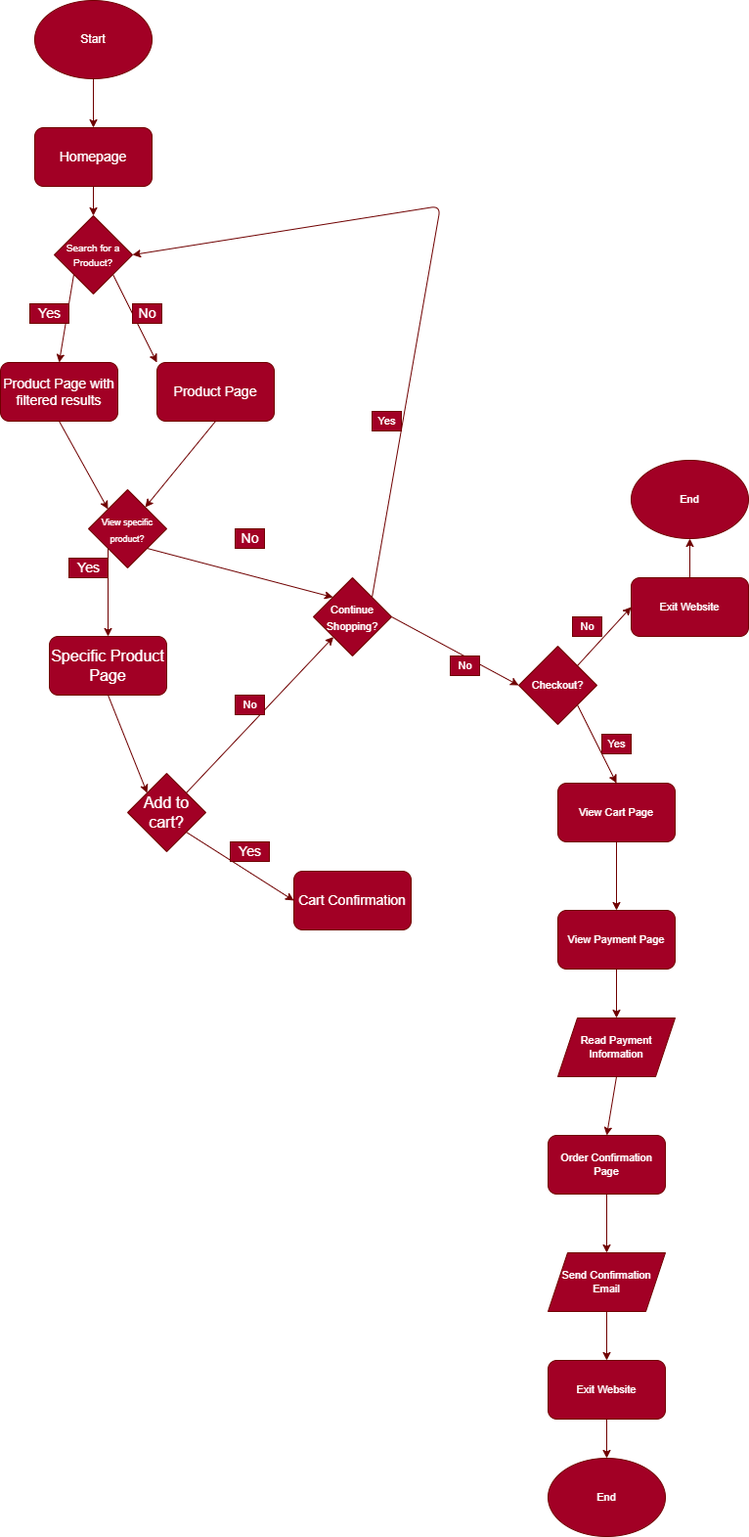
Earlier version of the draw.io export explore/diagramming/diagram.drawio.png (mchera24/fa22-cse110-lab4). Source tidied: cells renumbered, new cells last; positions are measured from the earlier drawing's top-left corner, leaving out a move shared by most shapes.
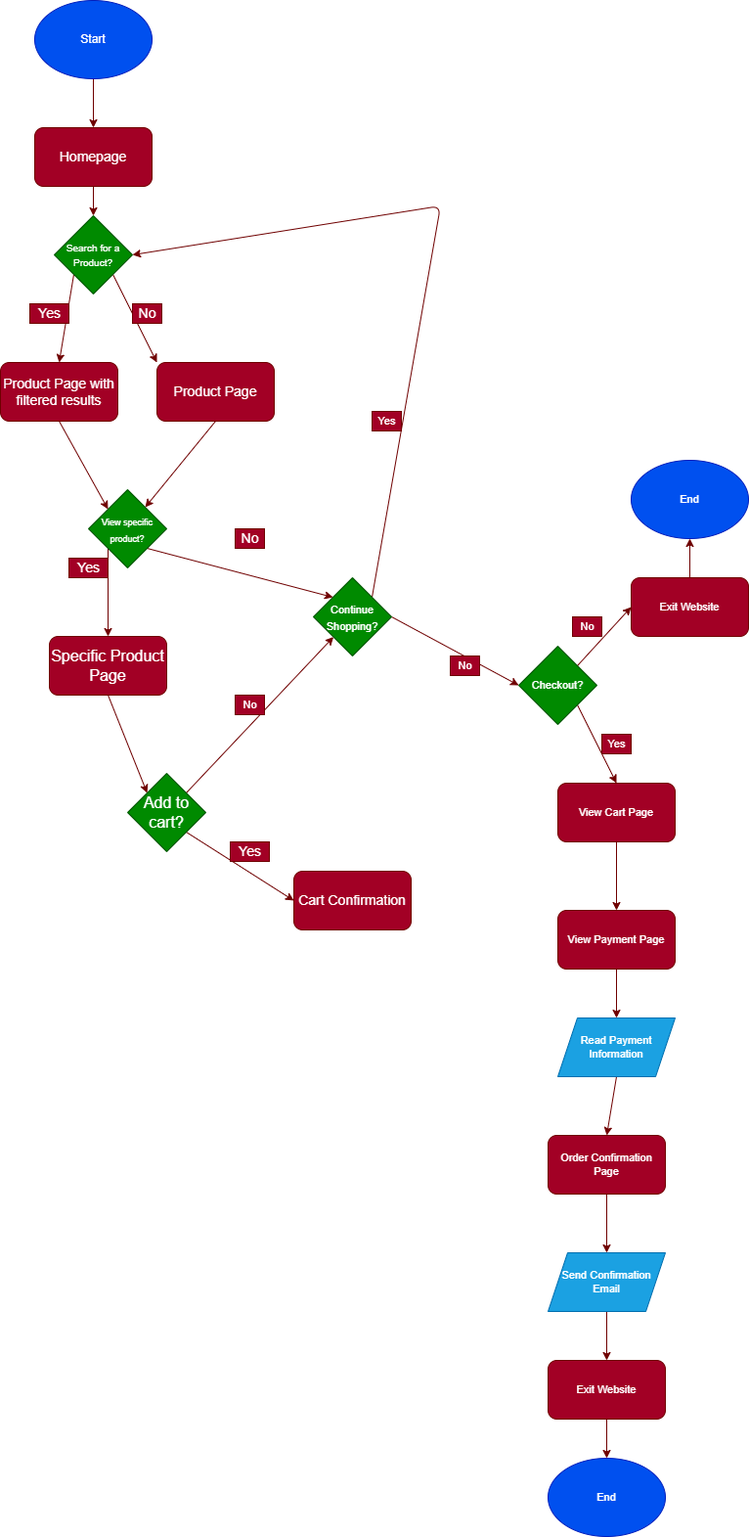
The same file after the commit.

Commit message:
expose and explore finished

The edit, as a diff of the source:
```diff
@@ -5,7 +5,7 @@
     <mxCell id="2" style="edgeStyle=none;html=1;exitX=0.5;exitY=1;exitDx=0;exitDy=0;entryX=0.5;entryY=0;entryDx=0;entryDy=0;fontSize=14;fillColor=#a20025;strokeColor=#6F0000;" parent="1" edge="1" source="3" target="8">
       <mxGeometry relative="1" as="geometry" />
     </mxCell>
-    <mxCell id="3" value="Start" style="ellipse;whiteSpace=wrap;html=1;fillColor=#a20025;fontColor=#ffffff;strokeColor=#6F0000;" parent="1" vertex="1">
+    <mxCell id="3" value="Start" style="ellipse;whiteSpace=wrap;html=1;fillColor=#0050ef;fontColor=#ffffff;strokeColor=#001DBC;" parent="1" vertex="1">
       <mxGeometry x="35" width="120" height="80" as="geometry" />
     </mxCell>
     <mxCell id="4" style="edgeStyle=none;html=1;exitX=1;exitY=1;exitDx=0;exitDy=0;entryX=0;entryY=0;entryDx=0;entryDy=0;fontSize=14;fillColor=#a20025;strokeColor=#6F0000;" parent="1" edge="1" source="6" target="13">
@@ -14,7 +14,7 @@
     <mxCell id="5" style="edgeStyle=none;html=1;exitX=0;exitY=1;exitDx=0;exitDy=0;entryX=0.5;entryY=0;entryDx=0;entryDy=0;fontSize=11;fillColor=#a20025;strokeColor=#6F0000;" parent="1" edge="1" source="6" target="10">
       <mxGeometry relative="1" as="geometry" />
     </mxCell>
-    <mxCell id="6" value="&lt;font style=&quot;font-size: 10px&quot;&gt;Search for a Product?&lt;/font&gt;" style="rhombus;whiteSpace=wrap;html=1;fillColor=#a20025;fontColor=#ffffff;strokeColor=#6F0000;" parent="1" vertex="1">
+    <mxCell id="6" value="&lt;font style=&quot;font-size: 10px&quot;&gt;Search for a Product?&lt;/font&gt;" style="rhombus;whiteSpace=wrap;html=1;fillColor=#008a00;fontColor=#ffffff;strokeColor=#005700;" parent="1" vertex="1">
       <mxGeometry x="55" y="220" width="80" height="80" as="geometry" />
     </mxCell>
     <mxCell id="7" style="edgeStyle=none;html=1;exitX=0.5;exitY=1;exitDx=0;exitDy=0;entryX=0.5;entryY=0;entryDx=0;entryDy=0;fontSize=11;fillColor=#a20025;strokeColor=#6F0000;" parent="1" edge="1" source="8" target="6">
@@ -47,7 +47,7 @@
     <mxCell id="16" style="edgeStyle=none;html=1;exitX=1;exitY=1;exitDx=0;exitDy=0;entryX=0;entryY=0;entryDx=0;entryDy=0;fontSize=11;fillColor=#a20025;strokeColor=#6F0000;" parent="1" edge="1" source="17" target="29">
       <mxGeometry relative="1" as="geometry" />
     </mxCell>
-    <mxCell id="17" value="&lt;font style=&quot;font-size: 9px&quot;&gt;View specific product?&lt;/font&gt;" style="rhombus;whiteSpace=wrap;html=1;fontSize=14;fillColor=#a20025;fontColor=#ffffff;strokeColor=#6F0000;" parent="1" vertex="1">
+    <mxCell id="17" value="&lt;font style=&quot;font-size: 9px&quot;&gt;View specific product?&lt;/font&gt;" style="rhombus;whiteSpace=wrap;html=1;fontSize=14;fillColor=#008a00;fontColor=#ffffff;strokeColor=#005700;" parent="1" vertex="1">
       <mxGeometry x="90" y="500" width="80" height="80" as="geometry" />
     </mxCell>
     <mxCell id="18" style="edgeStyle=none;html=1;exitX=0.5;exitY=1;exitDx=0;exitDy=0;entryX=0;entryY=0;entryDx=0;entryDy=0;fontSize=14;fillColor=#a20025;strokeColor=#6F0000;" parent="1" edge="1" source="19" target="23">
@@ -65,7 +65,7 @@
     <mxCell id="22" style="edgeStyle=none;html=1;exitX=1;exitY=1;exitDx=0;exitDy=0;entryX=0;entryY=0.5;entryDx=0;entryDy=0;fontSize=11;fillColor=#a20025;strokeColor=#6F0000;" parent="1" edge="1" source="23" target="26">
       <mxGeometry relative="1" as="geometry" />
     </mxCell>
-    <mxCell id="23" value="&lt;font size=&quot;3&quot;&gt;Add to cart?&lt;/font&gt;" style="rhombus;whiteSpace=wrap;html=1;fontSize=14;fillColor=#a20025;fontColor=#ffffff;strokeColor=#6F0000;" parent="1" vertex="1">
+    <mxCell id="23" value="&lt;font size=&quot;3&quot;&gt;Add to cart?&lt;/font&gt;" style="rhombus;whiteSpace=wrap;html=1;fontSize=14;fillColor=#008a00;fontColor=#ffffff;strokeColor=#005700;" parent="1" vertex="1">
       <mxGeometry x="130" y="790" width="80" height="80" as="geometry" />
     </mxCell>
     <mxCell id="24" value="&lt;font style=&quot;font-size: 14px&quot;&gt;Yes&lt;/font&gt;" style="text;html=1;align=center;verticalAlign=middle;strokeColor=#6F0000;fillColor=#a20025;fontSize=9;fontColor=#ffffff;" parent="1" vertex="1">
@@ -87,7 +87,7 @@
         </Array>
       </mxGeometry>
     </mxCell>
-    <mxCell id="29" value="&lt;font style=&quot;font-size: 11px&quot;&gt;Continue Shopping?&lt;/font&gt;" style="rhombus;whiteSpace=wrap;html=1;fontSize=14;fillColor=#a20025;fontColor=#ffffff;strokeColor=#6F0000;" parent="1" vertex="1">
+    <mxCell id="29" value="&lt;font style=&quot;font-size: 11px&quot;&gt;Continue Shopping?&lt;/font&gt;" style="rhombus;whiteSpace=wrap;html=1;fontSize=14;fillColor=#008a00;fontColor=#ffffff;strokeColor=#005700;" parent="1" vertex="1">
       <mxGeometry x="320" y="590" width="80" height="80" as="geometry" />
     </mxCell>
     <mxCell id="30" value="Yes" style="text;html=1;align=center;verticalAlign=middle;strokeColor=#6F0000;fillColor=#a20025;fontSize=11;fontColor=#ffffff;" parent="1" vertex="1">
@@ -99,7 +99,7 @@
     <mxCell id="32" style="edgeStyle=none;html=1;exitX=1;exitY=0;exitDx=0;exitDy=0;entryX=0;entryY=0.5;entryDx=0;entryDy=0;fontSize=11;fillColor=#a20025;strokeColor=#6F0000;" parent="1" edge="1" source="33" target="50">
       <mxGeometry relative="1" as="geometry" />
     </mxCell>
-    <mxCell id="33" value="Checkout?" style="rhombus;whiteSpace=wrap;html=1;fontSize=11;fillColor=#a20025;fontColor=#ffffff;strokeColor=#6F0000;" parent="1" vertex="1">
+    <mxCell id="33" value="Checkout?" style="rhombus;whiteSpace=wrap;html=1;fontSize=11;fillColor=#008a00;fontColor=#ffffff;strokeColor=#005700;" parent="1" vertex="1">
       <mxGeometry x="530" y="660" width="80" height="80" as="geometry" />
     </mxCell>
     <mxCell id="34" value="No" style="text;html=1;align=center;verticalAlign=middle;strokeColor=#6F0000;fillColor=#a20025;fontSize=11;fontColor=#ffffff;" parent="1" vertex="1">
@@ -123,7 +123,7 @@
     <mxCell id="40" style="edgeStyle=none;html=1;exitX=0.5;exitY=1;exitDx=0;exitDy=0;entryX=0.5;entryY=0;entryDx=0;entryDy=0;fontSize=11;fillColor=#a20025;strokeColor=#6F0000;" parent="1" edge="1" source="41" target="43">
       <mxGeometry relative="1" as="geometry" />
     </mxCell>
-    <mxCell id="41" value="Read Payment Information" style="shape=parallelogram;perimeter=parallelogramPerimeter;whiteSpace=wrap;html=1;fixedSize=1;fontSize=11;fillColor=#a20025;fontColor=#ffffff;strokeColor=#6F0000;" parent="1" vertex="1">
+    <mxCell id="41" value="Read Payment Information" style="shape=parallelogram;perimeter=parallelogramPerimeter;whiteSpace=wrap;html=1;fixedSize=1;fontSize=11;fillColor=#1ba1e2;fontColor=#ffffff;strokeColor=#006EAF;" parent="1" vertex="1">
       <mxGeometry x="570" y="1040" width="120" height="60" as="geometry" />
     </mxCell>
     <mxCell id="42" style="edgeStyle=none;html=1;exitX=0.5;exitY=1;exitDx=0;exitDy=0;entryX=0.5;entryY=0;entryDx=0;entryDy=0;fontSize=11;fillColor=#a20025;strokeColor=#6F0000;" parent="1" edge="1" source="43" target="47">
@@ -141,10 +141,10 @@
     <mxCell id="46" style="edgeStyle=none;html=1;exitX=0.5;exitY=1;exitDx=0;exitDy=0;entryX=0.5;entryY=0;entryDx=0;entryDy=0;fontSize=11;fillColor=#a20025;strokeColor=#6F0000;" parent="1" edge="1" source="47" target="45">
       <mxGeometry relative="1" as="geometry" />
     </mxCell>
-    <mxCell id="47" value="Send Confirmation Email" style="shape=parallelogram;perimeter=parallelogramPerimeter;whiteSpace=wrap;html=1;fixedSize=1;fontSize=11;fillColor=#a20025;fontColor=#ffffff;strokeColor=#6F0000;" parent="1" vertex="1">
+    <mxCell id="47" value="Send Confirmation Email" style="shape=parallelogram;perimeter=parallelogramPerimeter;whiteSpace=wrap;html=1;fixedSize=1;fontSize=11;fillColor=#1ba1e2;fontColor=#ffffff;strokeColor=#006EAF;" parent="1" vertex="1">
       <mxGeometry x="560" y="1280" width="120" height="60" as="geometry" />
     </mxCell>
-    <mxCell id="48" value="End" style="ellipse;whiteSpace=wrap;html=1;fontSize=11;fillColor=#a20025;fontColor=#ffffff;strokeColor=#6F0000;" parent="1" vertex="1">
+    <mxCell id="48" value="End" style="ellipse;whiteSpace=wrap;html=1;fontSize=11;fillColor=#0050ef;fontColor=#ffffff;strokeColor=#001DBC;" parent="1" vertex="1">
       <mxGeometry x="560" y="1490" width="120" height="80" as="geometry" />
     </mxCell>
     <mxCell id="49" style="edgeStyle=none;html=1;exitX=0.5;exitY=0;exitDx=0;exitDy=0;entryX=0.5;entryY=1;entryDx=0;entryDy=0;fontSize=11;fillColor=#a20025;strokeColor=#6F0000;" parent="1" edge="1" source="50" target="52">
@@ -156,7 +156,7 @@
     <mxCell id="51" value="No" style="text;html=1;align=center;verticalAlign=middle;strokeColor=#6F0000;fillColor=#a20025;fontSize=11;fontColor=#ffffff;" parent="1" vertex="1">
       <mxGeometry x="585" y="630" width="30" height="20" as="geometry" />
     </mxCell>
-    <mxCell id="52" value="End" style="ellipse;whiteSpace=wrap;html=1;fontSize=11;fillColor=#a20025;fontColor=#ffffff;strokeColor=#6F0000;" parent="1" vertex="1">
+    <mxCell id="52" value="End" style="ellipse;whiteSpace=wrap;html=1;fontSize=11;fillColor=#0050ef;fontColor=#ffffff;strokeColor=#001DBC;" parent="1" vertex="1">
       <mxGeometry x="645" y="470" width="120" height="80" as="geometry" />
     </mxCell>
     <mxCell id="53" value="No" style="text;html=1;align=center;verticalAlign=middle;strokeColor=#6F0000;fillColor=#a20025;fontSize=11;fontColor=#ffffff;" parent="1" vertex="1">
```
